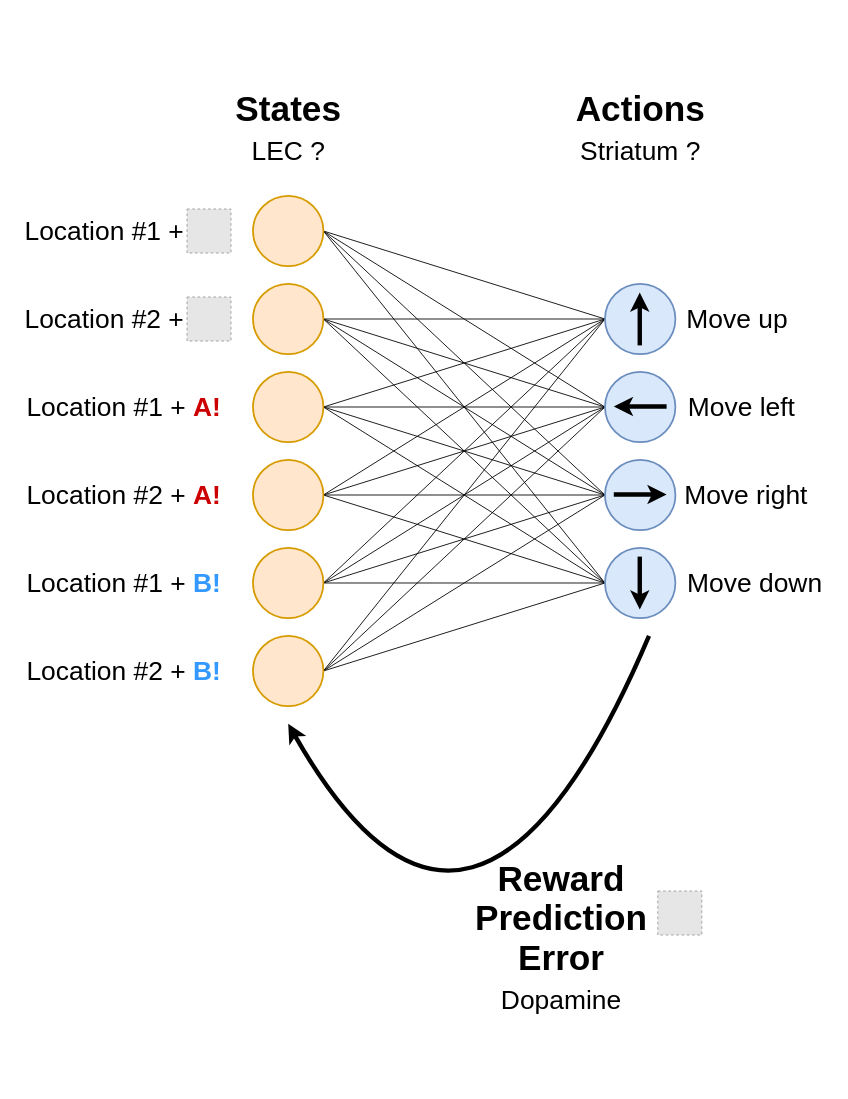
Before: page "all" (1 of 3) of docs/2023-04-04_NSPG/img/RL_mapping.drawio in NiloufarRazmi/RL_Olfaction, a draw.io diagram. Source tidied: cells renumbered, new cells numbered last; positions are measured from the earlier drawing's top-left corner, leaving out a move shared by most shapes. Both pictures are drawn from the tidied source at 88%, with x=0, y=0 at pixel (15, 15). Pictures stored in the file or linked from it are replaced by grey dashed boxes.
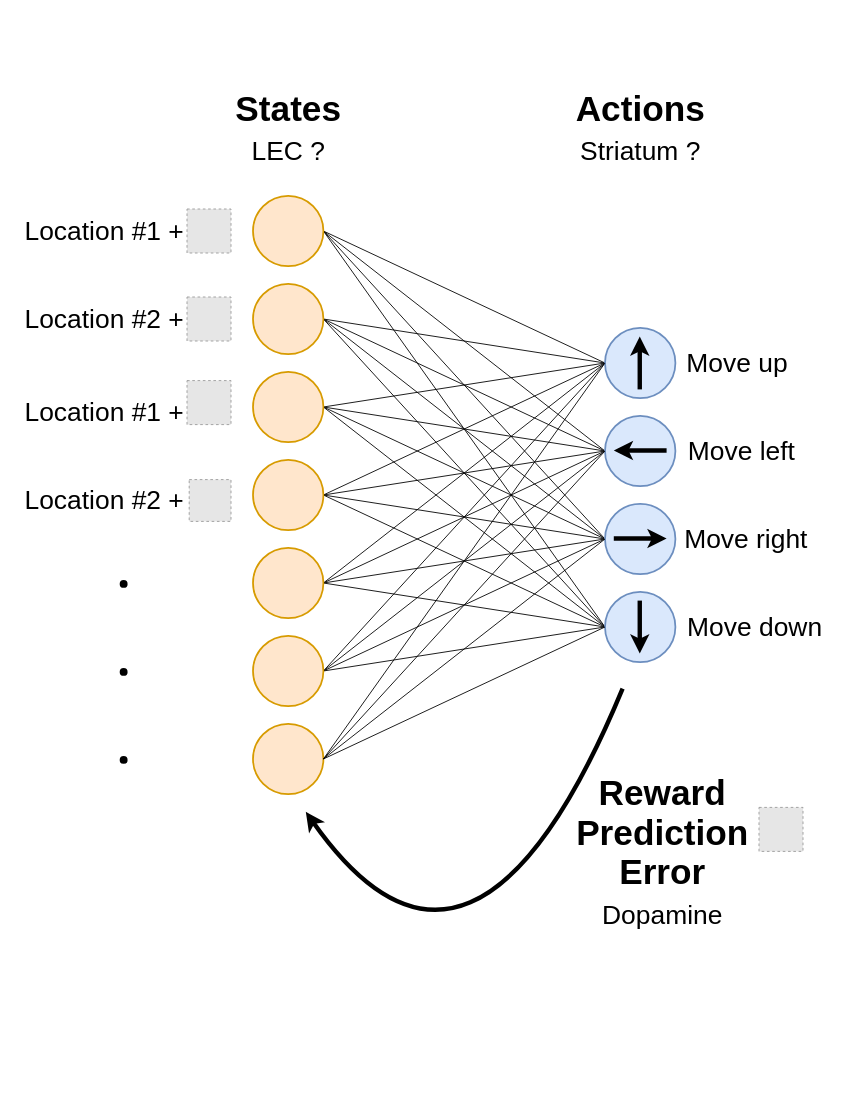
The same diagram, later.

Unchanged cells that the change refers to:
```xml
<mxCell id="52" value="&lt;p style=&quot;line-height: 100%;&quot;&gt;&lt;br&gt;&lt;/p&gt;" style="ellipse;whiteSpace=wrap;html=1;fillColor=#dae8fc;strokeColor=#6c8ebf;strokeWidth=2;" parent="51" vertex="1">
  <mxGeometry width="80" height="80" as="geometry" />
</mxCell>
<mxCell id="55" value="&lt;p style=&quot;line-height: 0%;&quot;&gt;&lt;br&gt;&lt;/p&gt;" style="ellipse;whiteSpace=wrap;html=1;fillColor=#dae8fc;strokeColor=#6c8ebf;strokeWidth=2;" parent="54" vertex="1">
  <mxGeometry width="80" height="80" as="geometry" />
</mxCell>
<mxCell id="58" value="&lt;p style=&quot;line-height: 100%;&quot;&gt;&lt;br&gt;&lt;/p&gt;" style="ellipse;whiteSpace=wrap;html=1;fillColor=#dae8fc;strokeColor=#6c8ebf;strokeWidth=2;" parent="57" vertex="1">
  <mxGeometry width="80" height="80" as="geometry" />
</mxCell>
<mxCell id="61" value="&lt;p style=&quot;line-height: 0%;&quot;&gt;&lt;br&gt;&lt;/p&gt;" style="ellipse;whiteSpace=wrap;html=1;fillColor=#dae8fc;strokeColor=#6c8ebf;strokeWidth=2;" parent="60" vertex="1">
  <mxGeometry width="80" height="80" as="geometry" />
</mxCell>
```

The edit, as a diff of the source:
```diff
@@
-    <mxCell id="20" value="&lt;p style=&quot;line-height: 50%;&quot;&gt;&lt;font style=&quot;&quot;&gt;&lt;b style=&quot;font-size: 40px;&quot;&gt;Reward&lt;br&gt;Prediction&lt;br&gt;Error&lt;br&gt;&lt;/b&gt;&lt;span style=&quot;font-size: 30px;&quot;&gt;Dopamine&lt;/span&gt;&lt;/font&gt;&lt;/p&gt;" style="text;html=1;align=center;verticalAlign=middle;strokeColor=none;fillColor=none;fontSize=70;" parent="1" vertex="1">
-      <mxGeometry x="510" y="875" width="220" height="340" as="geometry" />
-    </mxCell>
     <mxCell id="21" style="curved=1;endArrow=classic;html=1;rounded=0;fontFamily=Helvetica;fontColor=#3399FF;strokeWidth=5;" parent="1" edge="1">
       <mxGeometry relative="1" as="geometry">
-        <mxPoint x="720" y="705" as="sourcePoint" />
-        <mxPoint x="310" y="805" as="targetPoint" />
+        <mxPoint x="690" y="765" as="sourcePoint" />
+        <mxPoint x="330" y="905" as="targetPoint" />
         <Array as="points">
           <mxPoint x="520" y="1175" />
         </Array>
       </mxGeometry>
     </mxCell>
@@
-    <mxCell id="30" style="group;" parent="1" vertex="1">
-      <mxGeometry x="270" y="205" width="80" height="580" as="geometry" />
-    </mxCell>
-    <mxCell id="31" style="ellipse;whiteSpace=wrap;html=1;fillColor=#ffe6cc;strokeColor=#d79b00;strokeWidth=2;" parent="30" vertex="1">
-      <mxGeometry width="80" height="80" as="geometry" />
-    </mxCell>
-    <mxCell id="32" style="ellipse;whiteSpace=wrap;html=1;fillColor=#ffe6cc;strokeColor=#d79b00;strokeWidth=2;" parent="30" vertex="1">
-      <mxGeometry y="100" width="80" height="80" as="geometry" />
-    </mxCell>
-    <mxCell id="33" style="ellipse;whiteSpace=wrap;html=1;fillColor=#ffe6cc;strokeColor=#d79b00;strokeWidth=2;" parent="30" vertex="1">
-      <mxGeometry y="200" width="80" height="80" as="geometry" />
-    </mxCell>
-    <mxCell id="34" style="ellipse;whiteSpace=wrap;html=1;fillColor=#ffe6cc;strokeColor=#d79b00;strokeWidth=2;" parent="30" vertex="1">
-      <mxGeometry y="300" width="80" height="80" as="geometry" />
-    </mxCell>
-    <mxCell id="35" style="ellipse;whiteSpace=wrap;html=1;fillColor=#ffe6cc;strokeColor=#d79b00;strokeWidth=2;" parent="30" vertex="1">
-      <mxGeometry y="400" width="80" height="80" as="geometry" />
-    </mxCell>
-    <mxCell id="36" style="ellipse;whiteSpace=wrap;html=1;fillColor=#ffe6cc;strokeColor=#d79b00;strokeWidth=2;" parent="30" vertex="1">
-      <mxGeometry y="500" width="80" height="80" as="geometry" />
-    </mxCell>
-    <mxCell id="37" style="group;" parent="1" vertex="1">
-      <mxGeometry y="220" width="245" height="550" as="geometry" />
-    </mxCell>
-    <mxCell id="38" value="Location #2 + &lt;font color=&quot;#3399ff&quot;&gt;&lt;b&gt;B!&lt;/b&gt;&lt;/font&gt;" style="text;html=1;align=center;verticalAlign=middle;strokeColor=none;fillColor=none;fontSize=30;" parent="37" vertex="1">
-      <mxGeometry x="2.5" y="500" width="240" height="50" as="geometry" />
-    </mxCell>
-    <mxCell id="39" style="group;" parent="37" vertex="1">
-      <mxGeometry width="245" height="50" as="geometry" />
-    </mxCell>
-    <mxCell id="40" style="fillColor=#E6E6E6;strokeColor=#999999;dashed=1;" parent="39" vertex="1">
-      <mxGeometry x="195" width="50" height="50" as="geometry" />
-    </mxCell>
-    <mxCell id="41" value="Location #1 +&amp;nbsp;" style="text;html=1;align=center;verticalAlign=middle;strokeColor=none;fillColor=none;fontSize=30;" parent="39" vertex="1">
-      <mxGeometry width="210" height="50" as="geometry" />
-    </mxCell>
-    <mxCell id="42" style="group;" parent="37" vertex="1">
-      <mxGeometry y="100" width="245" height="50" as="geometry" />
-    </mxCell>
-    <mxCell id="43" style="fillColor=#E6E6E6;strokeColor=#999999;dashed=1;" parent="42" vertex="1">
-      <mxGeometry x="195" width="50" height="50" as="geometry" />
-    </mxCell>
-    <mxCell id="44" value="Location #2 +&amp;nbsp;" style="text;html=1;align=center;verticalAlign=middle;strokeColor=none;fillColor=none;fontSize=30;" parent="42" vertex="1">
-      <mxGeometry width="210" height="50" as="geometry" />
-    </mxCell>
-    <mxCell id="45" value="Location #1 + &lt;font color=&quot;#cc0000&quot;&gt;&lt;b&gt;A!&lt;/b&gt;&lt;/font&gt;" style="text;html=1;align=center;verticalAlign=middle;strokeColor=none;fillColor=none;fontSize=30;" parent="37" vertex="1">
-      <mxGeometry x="2.5" y="200" width="240" height="50" as="geometry" />
-    </mxCell>
-    <mxCell id="46" value="Location #2 + &lt;font color=&quot;#cc0000&quot;&gt;&lt;b&gt;A!&lt;/b&gt;&lt;/font&gt;" style="text;html=1;align=center;verticalAlign=middle;strokeColor=none;fillColor=none;fontSize=30;" parent="37" vertex="1">
-      <mxGeometry x="2.5" y="300" width="240" height="50" as="geometry" />
-    </mxCell>
-    <mxCell id="47" value="Location #1 + &lt;font color=&quot;#3399ff&quot;&gt;&lt;b&gt;B!&lt;/b&gt;&lt;/font&gt;" style="text;html=1;align=center;verticalAlign=middle;strokeColor=none;fillColor=none;fontSize=30;" parent="37" vertex="1">
-      <mxGeometry x="2.5" y="400" width="240" height="50" as="geometry" />
-    </mxCell>
     <mxCell id="48" style="group;" parent="1" vertex="1">
-      <mxGeometry x="670" y="305" width="260" height="380" as="geometry" />
+      <mxGeometry x="670" y="355" width="260" height="380" as="geometry" />
     </mxCell>
@@
+    <mxCell id="67" style="group;" parent="1" vertex="1">
+      <mxGeometry x="270" y="205" width="80" height="680" as="geometry" />
+    </mxCell>
+    <mxCell id="31" style="ellipse;whiteSpace=wrap;html=1;fillColor=#ffe6cc;strokeColor=#d79b00;strokeWidth=2;" parent="67" vertex="1">
+      <mxGeometry width="80" height="80" as="geometry" />
+    </mxCell>
+    <mxCell id="32" style="ellipse;whiteSpace=wrap;html=1;fillColor=#ffe6cc;strokeColor=#d79b00;strokeWidth=2;" parent="67" vertex="1">
+      <mxGeometry y="100" width="80" height="80" as="geometry" />
+    </mxCell>
+    <mxCell id="33" style="ellipse;whiteSpace=wrap;html=1;fillColor=#ffe6cc;strokeColor=#d79b00;strokeWidth=2;" parent="67" vertex="1">
+      <mxGeometry y="200" width="80" height="80" as="geometry" />
+    </mxCell>
+    <mxCell id="34" style="ellipse;whiteSpace=wrap;html=1;fillColor=#ffe6cc;strokeColor=#d79b00;strokeWidth=2;" parent="67" vertex="1">
+      <mxGeometry y="300" width="80" height="80" as="geometry" />
+    </mxCell>
+    <mxCell id="35" style="ellipse;whiteSpace=wrap;html=1;fillColor=#ffe6cc;strokeColor=#d79b00;strokeWidth=2;" parent="67" vertex="1">
+      <mxGeometry y="400" width="80" height="80" as="geometry" />
+    </mxCell>
+    <mxCell id="36" style="ellipse;whiteSpace=wrap;html=1;fillColor=#ffe6cc;strokeColor=#d79b00;strokeWidth=2;" parent="67" vertex="1">
+      <mxGeometry y="500" width="80" height="80" as="geometry" />
+    </mxCell>
+    <mxCell id="68" style="ellipse;whiteSpace=wrap;html=1;fillColor=#ffe6cc;strokeColor=#d79b00;strokeWidth=2;" parent="67" vertex="1">
+      <mxGeometry y="600" width="80" height="80" as="geometry" />
+    </mxCell>
+    <mxCell id="69" style="group;" parent="1" vertex="1">
+      <mxGeometry y="220" width="245" height="680" as="geometry" />
+    </mxCell>
+    <mxCell id="70" style="group;" parent="69" vertex="1">
+      <mxGeometry width="245" height="355" as="geometry" />
+    </mxCell>
+    <mxCell id="39" style="group;" parent="70" vertex="1">
+      <mxGeometry width="245" height="52.5" as="geometry" />
+    </mxCell>
+    <mxCell id="40" style="fillColor=#E6E6E6;strokeColor=#999999;dashed=1;" parent="39" vertex="1">
+      <mxGeometry x="195" width="50" height="50" as="geometry" />
+    </mxCell>
+    <mxCell id="41" value="Location #1 +&amp;nbsp;" style="text;html=1;align=center;verticalAlign=middle;strokeColor=none;fillColor=none;fontSize=30;" parent="39" vertex="1">
+      <mxGeometry width="210" height="50" as="geometry" />
+    </mxCell>
+    <mxCell id="42" style="group;" parent="70" vertex="1">
+      <mxGeometry y="100" width="245" height="50" as="geometry" />
+    </mxCell>
+    <mxCell id="43" style="fillColor=#E6E6E6;strokeColor=#999999;dashed=1;" parent="42" vertex="1">
+      <mxGeometry x="195" width="50" height="50" as="geometry" />
+    </mxCell>
+    <mxCell id="44" value="Location #2 +&amp;nbsp;" style="text;html=1;align=center;verticalAlign=middle;strokeColor=none;fillColor=none;fontSize=30;" parent="42" vertex="1">
+      <mxGeometry width="210" height="50" as="geometry" />
+    </mxCell>
+    <mxCell id="71" style="group;" parent="70" vertex="1">
+      <mxGeometry y="305" width="245" height="50" as="geometry" />
+    </mxCell>
+    <mxCell id="72" value="Location #2 +&amp;nbsp;" style="text;html=1;align=center;verticalAlign=middle;strokeColor=none;fillColor=none;fontSize=30;" parent="71" vertex="1">
+      <mxGeometry width="210" height="50" as="geometry" />
+    </mxCell>
+    <mxCell id="73" style="fillColor=#E6E6E6;strokeColor=#999999;dashed=1;" parent="71" vertex="1">
+      <mxGeometry x="197.5" y="2.5" width="47.5" height="47.5" as="geometry" />
+    </mxCell>
+    <mxCell id="74" style="group;" parent="70" vertex="1">
+      <mxGeometry y="195" width="245" height="60" as="geometry" />
+    </mxCell>
+    <mxCell id="75" value="Location #1 +&amp;nbsp;" style="text;html=1;align=center;verticalAlign=middle;strokeColor=none;fillColor=none;fontSize=30;" parent="74" vertex="1">
+      <mxGeometry y="10" width="210" height="50" as="geometry" />
+    </mxCell>
+    <mxCell id="76" style="fillColor=#E6E6E6;strokeColor=#999999;dashed=1;" parent="74" vertex="1">
+      <mxGeometry x="195" width="50" height="50" as="geometry" />
+    </mxCell>
+    <mxCell id="77" style="group;" parent="69" vertex="1">
+      <mxGeometry x="92.5" y="370" width="60" height="310" as="geometry" />
+    </mxCell>
+    <mxCell id="78" value="&lt;ul style=&quot;font-size: 30px;&quot;&gt;&lt;li&gt;&lt;br&gt;&lt;/li&gt;&lt;/ul&gt;" style="text;html=1;align=center;verticalAlign=middle;strokeColor=none;fillColor=none;fontSize=12;" parent="77" vertex="1">
+      <mxGeometry width="60" height="110" as="geometry" />
+    </mxCell>
+    <mxCell id="79" value="&lt;ul style=&quot;font-size: 30px;&quot;&gt;&lt;li&gt;&lt;br&gt;&lt;/li&gt;&lt;/ul&gt;" style="text;html=1;align=center;verticalAlign=middle;strokeColor=none;fillColor=none;fontSize=12;" parent="77" vertex="1">
+      <mxGeometry y="100" width="60" height="110" as="geometry" />
+    </mxCell>
+    <mxCell id="80" value="&lt;ul style=&quot;font-size: 30px;&quot;&gt;&lt;li&gt;&lt;br&gt;&lt;/li&gt;&lt;/ul&gt;" style="text;html=1;align=center;verticalAlign=middle;strokeColor=none;fillColor=none;fontSize=12;" parent="77" vertex="1">
+      <mxGeometry y="200" width="60" height="110" as="geometry" />
+    </mxCell>
+    <mxCell id="81" style="endArrow=none;html=1;rounded=0;exitX=1;exitY=0.5;exitDx=0;exitDy=0;entryX=0;entryY=0.5;entryDx=0;entryDy=0;" parent="1" edge="1" source="68" target="52">
+      <mxGeometry relative="1" as="geometry" />
+    </mxCell>
+    <mxCell id="82" style="endArrow=none;html=1;rounded=0;exitX=1;exitY=0.5;exitDx=0;exitDy=0;entryX=0;entryY=0.5;entryDx=0;entryDy=0;" parent="1" edge="1" source="68" target="55">
+      <mxGeometry relative="1" as="geometry" />
+    </mxCell>
+    <mxCell id="83" style="endArrow=none;html=1;rounded=0;exitX=1;exitY=0.5;exitDx=0;exitDy=0;entryX=0;entryY=0.5;entryDx=0;entryDy=0;" parent="1" edge="1" source="68" target="58">
+      <mxGeometry relative="1" as="geometry" />
+    </mxCell>
+    <mxCell id="84" style="endArrow=none;html=1;rounded=0;exitX=1;exitY=0.5;exitDx=0;exitDy=0;entryX=0;entryY=0.5;entryDx=0;entryDy=0;" parent="1" edge="1" source="68" target="61">
+      <mxGeometry relative="1" as="geometry" />
+    </mxCell>
+    <mxCell id="85" style="group;noLabel=0;overflow=visible;fillColor=none;" parent="1" vertex="1">
+      <mxGeometry x="625" y="778" width="270" height="340" as="geometry" />
+    </mxCell>
+    <mxCell id="20" value="&lt;p style=&quot;line-height: 50%;&quot;&gt;&lt;font style=&quot;&quot;&gt;&lt;b style=&quot;font-size: 40px;&quot;&gt;Reward&lt;br&gt;Prediction&lt;br&gt;Error&lt;br&gt;&lt;/b&gt;&lt;span style=&quot;font-size: 30px;&quot;&gt;Dopamine&lt;/span&gt;&lt;/font&gt;&lt;/p&gt;" style="text;html=1;align=center;verticalAlign=middle;strokeColor=none;fillColor=none;fontSize=70;" parent="85" vertex="1">
+      <mxGeometry width="220" height="340" as="geometry" />
+    </mxCell>
-    <mxCell id="66" style="fillColor=#E6E6E6;strokeColor=#999999;dashed=1;" parent="1" vertex="1">
-      <mxGeometry x="730" y="995" width="50" height="50" as="geometry" />
+    <mxCell id="66" style="fillColor=#E6E6E6;strokeColor=#999999;dashed=1;" parent="85" vertex="1">
+      <mxGeometry x="220" y="122" width="50" height="50" as="geometry" />
     </mxCell>
```
